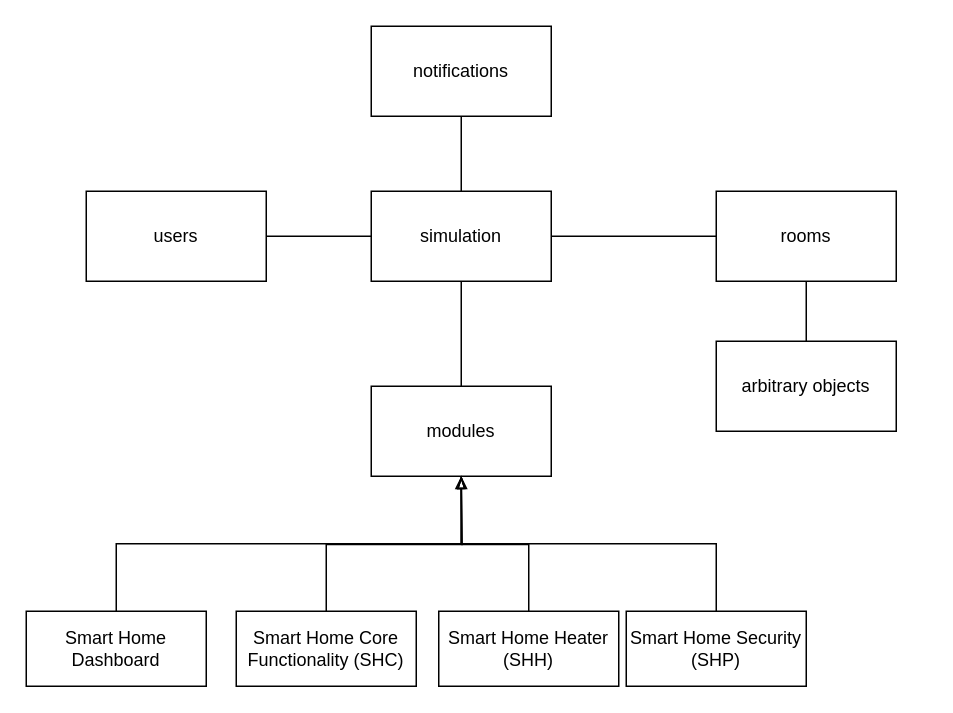
This is page "domain model" (1 of 3) of homeSysDiagrams.drawio from DGovi/soen343house, a draw.io file, before an edit. Source tidied: cells renumbered, new cells numbered last; positions are measured from the earlier drawing's top-left corner, leaving out a move shared by most shapes. Both pictures are drawn from the tidied source at 150%, with x=0, y=0 at pixel (26, 26).
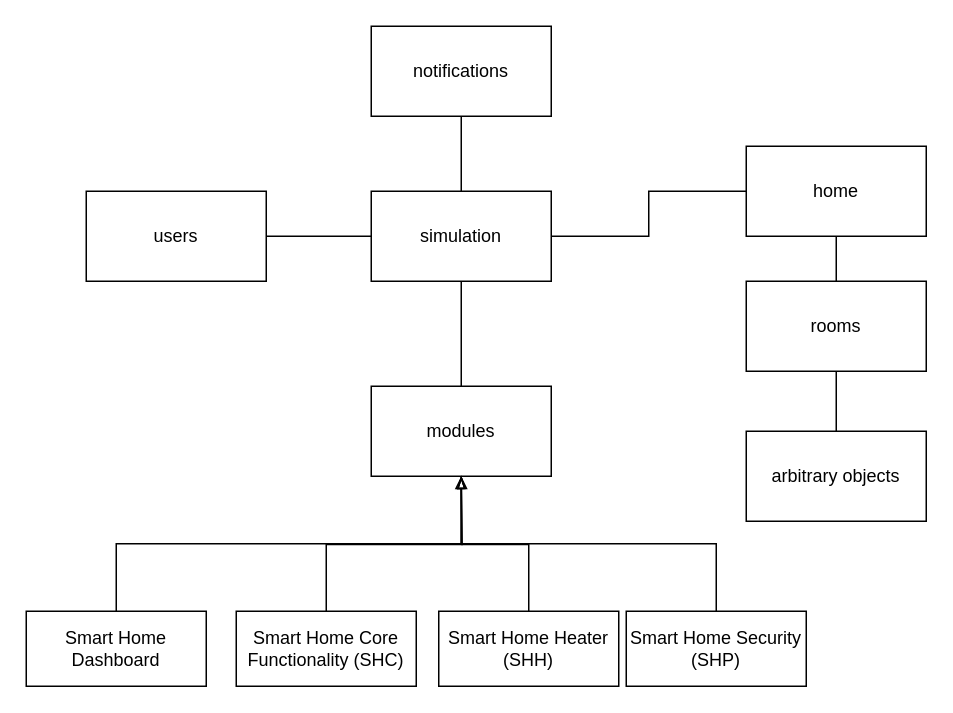
Above is the later version.

The change refers to these unchanged cells:
```xml
<mxCell id="6" value="simulation" style="rounded=0;whiteSpace=wrap;html=1;" parent="1" vertex="1">
  <mxGeometry x="230" y="110" width="120" height="60" as="geometry" />
</mxCell>
```

The edit, as a diff of the source:
```diff
@@
-    <mxCell id="3" style="edgeStyle=none;rounded=0;jettySize=auto;html=1;exitX=1;exitY=0.5;exitDx=0;exitDy=0;entryX=0;entryY=0.5;entryDx=0;entryDy=0;endArrow=none;endFill=0;" parent="1" edge="1" source="6" target="18">
-      <mxGeometry relative="1" as="geometry" />
-    </mxCell>
@@
+    <mxCell id="21" style="edgeStyle=orthogonalEdgeStyle;rounded=0;jettySize=auto;html=1;exitX=1;exitY=0.5;exitDx=0;exitDy=0;entryX=0;entryY=0.5;entryDx=0;entryDy=0;endArrow=none;endFill=0;" parent="1" edge="1" source="6" target="23">
+      <mxGeometry relative="1" as="geometry" />
+    </mxCell>
@@
     <mxCell id="18" value="rooms" style="whiteSpace=wrap;html=1;" parent="1" vertex="1">
-      <mxGeometry x="460" y="110" width="120" height="60" as="geometry" />
+      <mxGeometry x="480" y="170" width="120" height="60" as="geometry" />
     </mxCell>
@@
     <mxCell id="20" value="arbitrary objects" style="whiteSpace=wrap;html=1;" parent="1" vertex="1">
-      <mxGeometry x="460" y="210" width="120" height="60" as="geometry" />
+      <mxGeometry x="480" y="270" width="120" height="60" as="geometry" />
     </mxCell>
+    <mxCell id="22" style="edgeStyle=orthogonalEdgeStyle;rounded=0;jettySize=auto;html=1;exitX=0.5;exitY=1;exitDx=0;exitDy=0;entryX=0.5;entryY=0;entryDx=0;entryDy=0;endArrow=none;endFill=0;" parent="1" edge="1" source="23" target="18">
+      <mxGeometry relative="1" as="geometry" />
+    </mxCell>
+    <mxCell id="23" value="home" style="whiteSpace=wrap;html=1;" parent="1" vertex="1">
+      <mxGeometry x="480" y="80" width="120" height="60" as="geometry" />
+    </mxCell>
```
